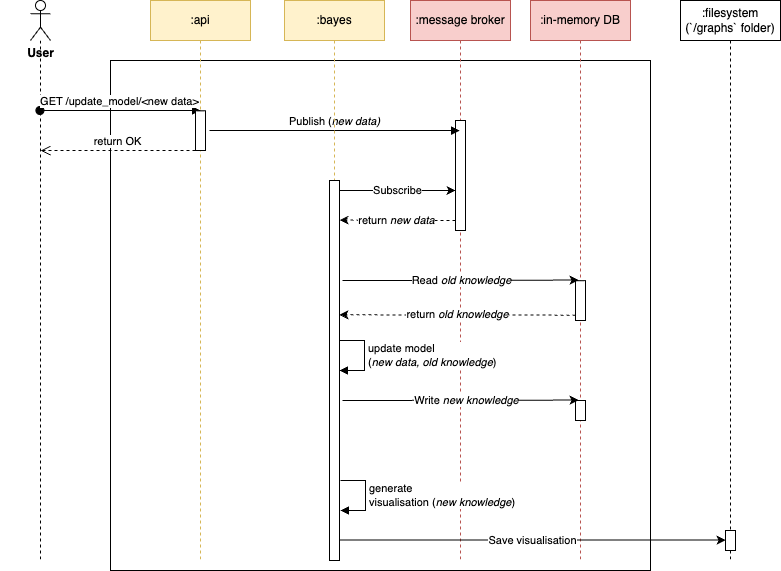
Above: docs/sequence_diagram.png in kotnikd3/event-driven-bayes (draw.io), before the change. Source tidied: cells renumbered, new cells last; positions are measured from the earlier drawing's top-left corner, leaving out a move shared by most shapes.
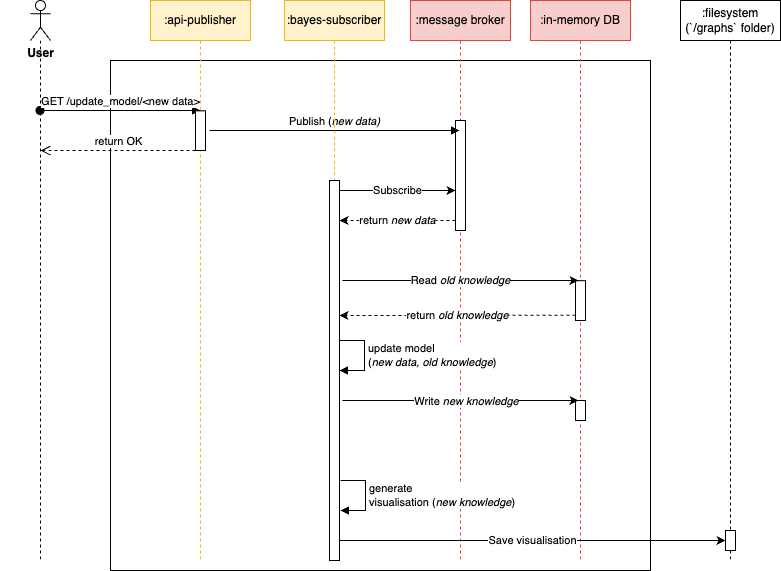
Later version of the same file.

Diff of the diagram source:
```diff
@@ -21,7 +21,7 @@
         </Array>
       </mxGeometry>
     </mxCell>
-    <mxCell id="7" value=":api" style="shape=umlLifeline;perimeter=lifelinePerimeter;whiteSpace=wrap;html=1;newEdgeStyle={&quot;edgeStyle&quot;:&quot;elbowEdgeStyle&quot;,&quot;elbow&quot;:&quot;vertical&quot;,&quot;curved&quot;:0,&quot;rounded&quot;:0};fillColor=#fff2cc;strokeColor=#d6b656;" parent="1" vertex="1">
+    <mxCell id="7" value=":api-publisher" style="shape=umlLifeline;perimeter=lifelinePerimeter;whiteSpace=wrap;html=1;newEdgeStyle={&quot;edgeStyle&quot;:&quot;elbowEdgeStyle&quot;,&quot;elbow&quot;:&quot;vertical&quot;,&quot;curved&quot;:0,&quot;rounded&quot;:0};fillColor=#fff2cc;strokeColor=#d6b656;" parent="1" vertex="1">
       <mxGeometry x="150" width="100" height="560" as="geometry" />
     </mxCell>
     <mxCell id="8" style="html=1;points=[];perimeter=orthogonalPerimeter;outlineConnect=0;targetShapes=umlLifeline;portConstraint=eastwest;newEdgeStyle={&quot;edgeStyle&quot;:&quot;elbowEdgeStyle&quot;,&quot;elbow&quot;:&quot;vertical&quot;,&quot;curved&quot;:0,&quot;rounded&quot;:0};" parent="7" vertex="1">
@@ -51,7 +51,7 @@
     <mxCell id="14" style="html=1;perimeter=orthogonalPerimeter;targetShapes=umlLifeline;newEdgeStyle={&quot;edgeStyle&quot;:&quot;elbowEdgeStyle&quot;,&quot;elbow&quot;:&quot;vertical&quot;,&quot;curved&quot;:0,&quot;rounded&quot;:0};" parent="12" vertex="1">
       <mxGeometry x="45" y="400" width="10" height="20" as="geometry" />
     </mxCell>
-    <mxCell id="15" value=":bayes" style="shape=umlLifeline;perimeter=lifelinePerimeter;whiteSpace=wrap;html=1;newEdgeStyle={&quot;edgeStyle&quot;:&quot;elbowEdgeStyle&quot;,&quot;elbow&quot;:&quot;vertical&quot;,&quot;curved&quot;:0,&quot;rounded&quot;:0};fillColor=#fff2cc;strokeColor=#d6b656;" parent="1" vertex="1">
+    <mxCell id="15" value=":bayes-subscriber" style="shape=umlLifeline;perimeter=lifelinePerimeter;whiteSpace=wrap;html=1;newEdgeStyle={&quot;edgeStyle&quot;:&quot;elbowEdgeStyle&quot;,&quot;elbow&quot;:&quot;vertical&quot;,&quot;curved&quot;:0,&quot;rounded&quot;:0};fillColor=#fff2cc;strokeColor=#d6b656;" parent="1" vertex="1">
       <mxGeometry x="284" width="100" height="560" as="geometry" />
     </mxCell>
     <mxCell id="16" value="update model &lt;br&gt;(&lt;i&gt;new data, old knowledge&lt;/i&gt;)" style="html=1;align=left;spacingLeft=2;endArrow=block;rounded=0;edgeStyle=orthogonalEdgeStyle;curved=0;rounded=0;" parent="15" edge="1">
```
